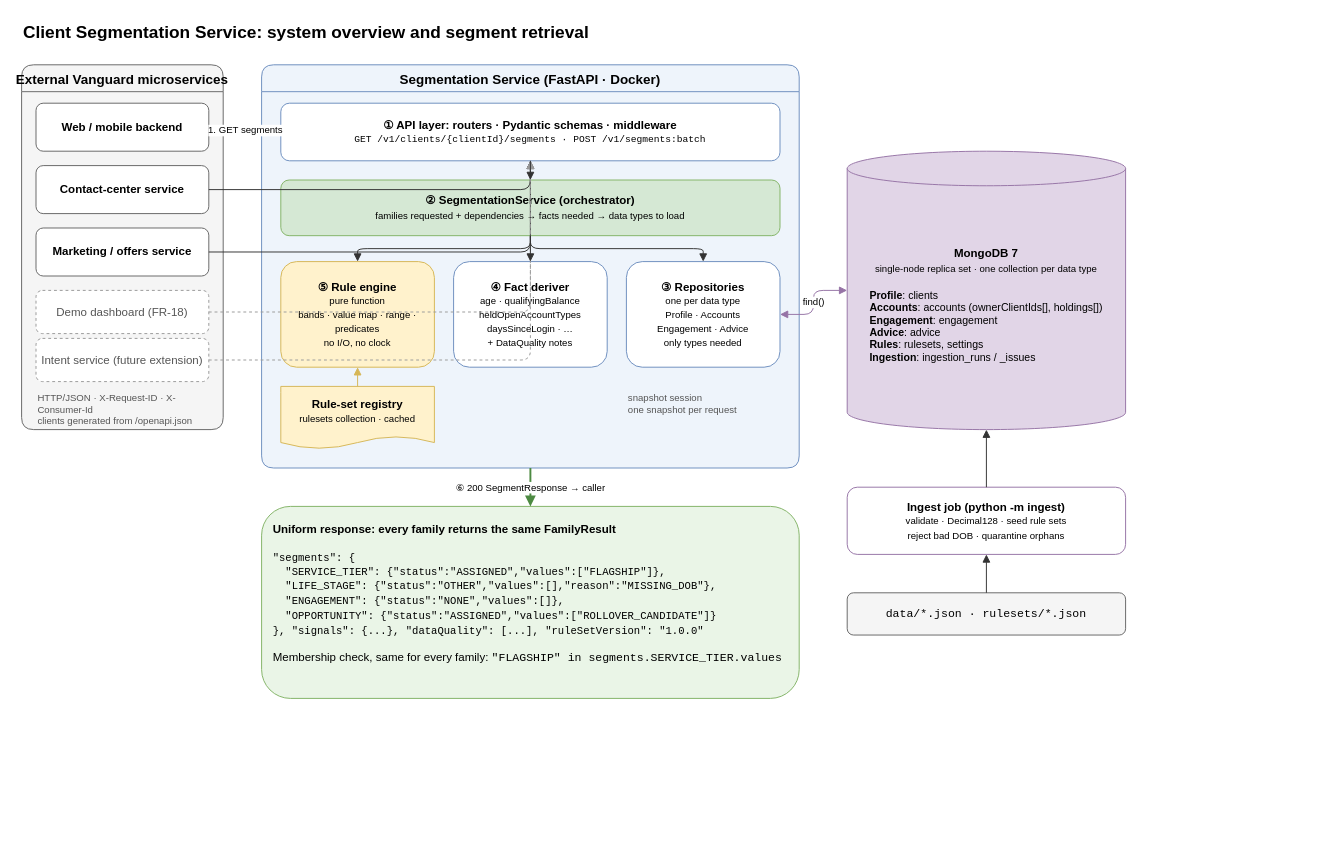
JustinGarvida/vanguard-css keeps this draw.io diagram as page "1. System and segment retrieval" (1 of 2) of docs/architecture.drawio. Above is the earlier version. Source tidied: cells renumbered, new cells numbered last; positions are measured from the earlier drawing's top-left corner, leaving out a move shared by most shapes. Both pictures are drawn from the tidied source at 96%, with x=0, y=0 at pixel (21, 16).
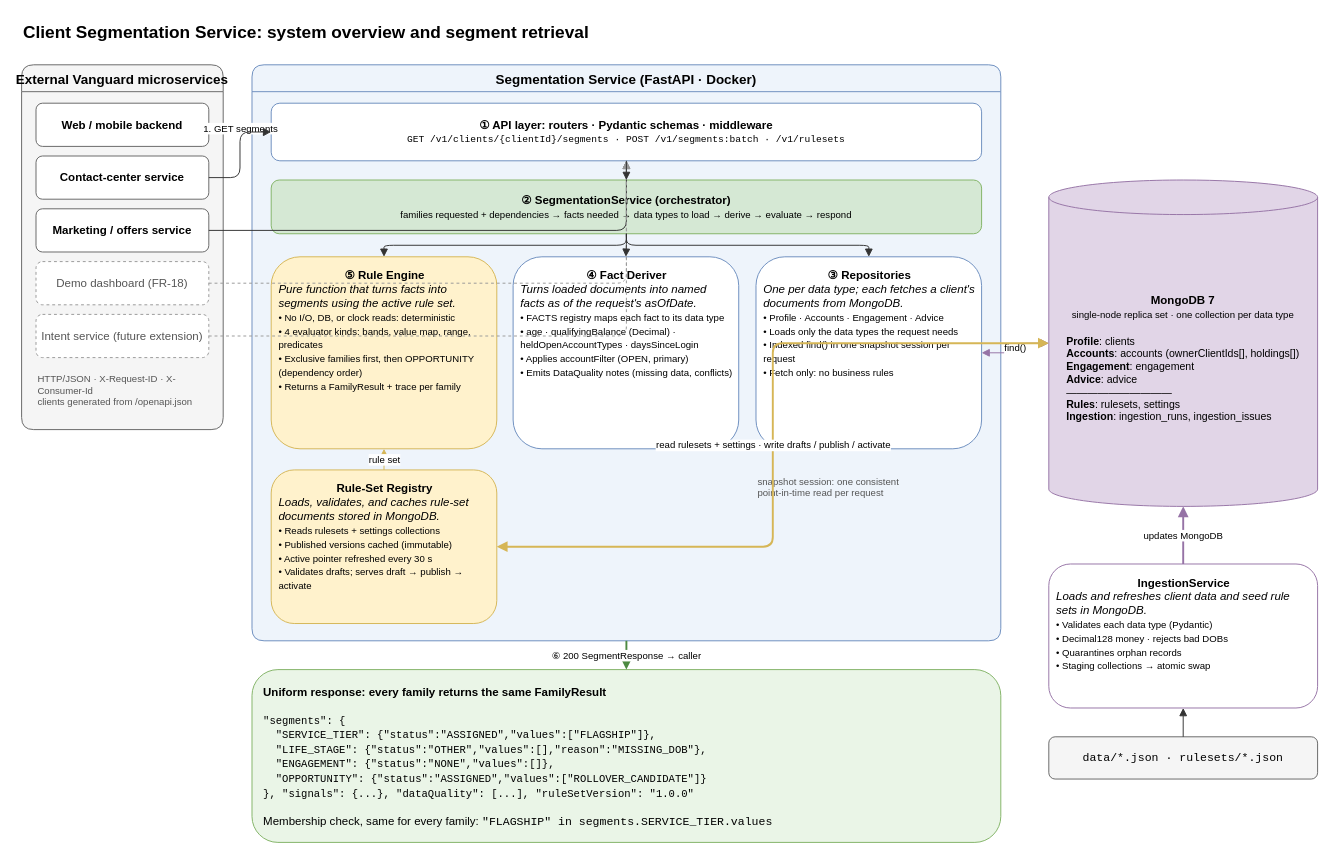
The same diagram, later.

Commit message (it also covers changes not shown here):
docs: component descriptions, rule-set registry to MongoDB, IngestionService, v2 intent diagram (#8)

The change refers to these unchanged cells:
```xml
<mxCell id="3" value="External Vanguard microservices" style="swimlane;startSize=28;rounded=1;fontStyle=1;fontSize=14;fillColor=#f5f5f5;strokeColor=#666666;swimlaneFillColor=#f5f5f5;" parent="1" vertex="1">
  <mxGeometry y="50" width="210" height="380" as="geometry" />
</mxCell>
```

What changed in the source:
```diff
@@
     <mxCell id="4" value="&lt;b&gt;Web / mobile backend&lt;/b&gt;" style="rounded=1;whiteSpace=wrap;html=1;fillColor=#ffffff;strokeColor=#666666;" parent="3" vertex="1">
-      <mxGeometry x="15" y="40" width="180" height="50" as="geometry" />
+      <mxGeometry x="15" y="40" width="180" height="45" as="geometry" />
     </mxCell>
     <mxCell id="5" value="&lt;b&gt;Contact-center service&lt;/b&gt;" style="rounded=1;whiteSpace=wrap;html=1;fillColor=#ffffff;strokeColor=#666666;" parent="3" vertex="1">
-      <mxGeometry x="15" y="105" width="180" height="50" as="geometry" />
+      <mxGeometry x="15" y="95" width="180" height="45" as="geometry" />
     </mxCell>
     <mxCell id="6" value="&lt;b&gt;Marketing / offers service&lt;/b&gt;" style="rounded=1;whiteSpace=wrap;html=1;fillColor=#ffffff;strokeColor=#666666;" parent="3" vertex="1">
-      <mxGeometry x="15" y="170" width="180" height="50" as="geometry" />
+      <mxGeometry x="15" y="150" width="180" height="45" as="geometry" />
     </mxCell>
     <mxCell id="7" value="Demo dashboard (FR-18)" style="rounded=1;whiteSpace=wrap;html=1;fillColor=#ffffff;strokeColor=#999999;dashed=1;fontColor=#555555;" parent="3" vertex="1">
-      <mxGeometry x="15" y="235" width="180" height="45" as="geometry" />
+      <mxGeometry x="15" y="205" width="180" height="45" as="geometry" />
     </mxCell>
     <mxCell id="8" value="Intent service (future extension)" style="rounded=1;whiteSpace=wrap;html=1;fillColor=#ffffff;strokeColor=#999999;dashed=1;fontColor=#555555;" parent="3" vertex="1">
-      <mxGeometry x="15" y="285" width="180" height="45" as="geometry" />
+      <mxGeometry x="15" y="260" width="180" height="45" as="geometry" />
     </mxCell>
     <mxCell id="9" value="HTTP/JSON · X-Request-ID · X-Consumer-Id&lt;br&gt;clients generated from /openapi.json" style="text;html=1;align=left;verticalAlign=top;whiteSpace=wrap;fontSize=10;fontColor=#555555;" parent="3" vertex="1">
-      <mxGeometry x="15" y="335" width="190" height="40" as="geometry" />
+      <mxGeometry x="15" y="315" width="190" height="40" as="geometry" />
     </mxCell>
     <mxCell id="10" value="Segmentation Service (FastAPI · Docker)" style="swimlane;startSize=28;rounded=1;fontStyle=1;fontSize=14;fillColor=#eef4fb;strokeColor=#6c8ebf;swimlaneFillColor=#eef4fb;" parent="1" vertex="1">
-      <mxGeometry x="250" y="50" width="560" height="420" as="geometry" />
+      <mxGeometry x="240" y="50" width="780" height="600" as="geometry" />
     </mxCell>
-    <mxCell id="11" value="&lt;b&gt;① API layer: routers · Pydantic schemas · middleware&lt;/b&gt;&lt;br&gt;&lt;font face=&quot;Courier New&quot; style=&quot;font-size:10px&quot;&gt;GET /v1/clients/{clientId}/segments · POST /v1/segments:batch&lt;/font&gt;" style="rounded=1;whiteSpace=wrap;html=1;fillColor=#ffffff;strokeColor=#6c8ebf;" parent="10" vertex="1">
-      <mxGeometry x="20" y="40" width="520" height="60" as="geometry" />
+    <mxCell id="11" value="&lt;b&gt;① API layer: routers · Pydantic schemas · middleware&lt;/b&gt;&lt;br&gt;&lt;font face=&quot;Courier New&quot; style=&quot;font-size:10px&quot;&gt;GET /v1/clients/{clientId}/segments · POST /v1/segments:batch · /v1/rulesets&lt;/font&gt;" style="rounded=1;whiteSpace=wrap;html=1;fillColor=#ffffff;strokeColor=#6c8ebf;" parent="10" vertex="1">
+      <mxGeometry x="20" y="40" width="740" height="60" as="geometry" />
     </mxCell>
-    <mxCell id="12" value="&lt;b&gt;② SegmentationService (orchestrator)&lt;/b&gt;&lt;br&gt;&lt;font style=&quot;font-size:10px&quot;&gt;families requested + dependencies → facts needed → data types to load&lt;/font&gt;" style="rounded=1;whiteSpace=wrap;html=1;fillColor=#d5e8d4;strokeColor=#82b366;" parent="10" vertex="1">
-      <mxGeometry x="20" y="120" width="520" height="58" as="geometry" />
+    <mxCell id="12" value="&lt;b&gt;② SegmentationService (orchestrator)&lt;/b&gt;&lt;br&gt;&lt;font style=&quot;font-size:10px&quot;&gt;families requested + dependencies → facts needed → data types to load → derive → evaluate → respond&lt;/font&gt;" style="rounded=1;whiteSpace=wrap;html=1;fillColor=#d5e8d4;strokeColor=#82b366;" parent="10" vertex="1">
+      <mxGeometry x="20" y="120" width="740" height="56" as="geometry" />
     </mxCell>
-    <mxCell id="13" value="&lt;b&gt;⑤ Rule engine&lt;/b&gt;&lt;br&gt;&lt;font style=&quot;font-size:10px&quot;&gt;pure function&lt;/font&gt;&lt;br&gt;&lt;font style=&quot;font-size:10px&quot;&gt;bands · value map · range · predicates&lt;/font&gt;&lt;br&gt;&lt;font style=&quot;font-size:10px&quot;&gt;no I/O, no clock&lt;/font&gt;" style="rounded=1;whiteSpace=wrap;html=1;fillColor=#fff2cc;strokeColor=#d6b656;" parent="10" vertex="1">
-      <mxGeometry x="20" y="205" width="160" height="110" as="geometry" />
+    <mxCell id="13" value="&lt;div style=&quot;text-align:left&quot;&gt;&lt;div style=&quot;text-align:center&quot;&gt;&lt;b&gt;⑤ Rule Engine&lt;/b&gt;&lt;/div&gt;&lt;i&gt;Pure function that turns facts into segments using the active rule set.&lt;/i&gt;&lt;br&gt;&lt;font style=&quot;font-size:10px&quot;&gt;• No I/O, DB, or clock reads: deterministic&lt;br&gt;• 4 evaluator kinds: bands, value map, range, predicates&lt;br&gt;• Exclusive families first, then OPPORTUNITY (dependency order)&lt;br&gt;• Returns a FamilyResult + trace per family&lt;/font&gt;&lt;/div&gt;" style="rounded=1;whiteSpace=wrap;html=1;fillColor=#fff2cc;strokeColor=#d6b656;align=left;verticalAlign=top;spacing=8;" parent="10" vertex="1">
+      <mxGeometry x="20" y="200" width="235" height="200" as="geometry" />
     </mxCell>
-    <mxCell id="14" value="&lt;b&gt;④ Fact deriver&lt;/b&gt;&lt;br&gt;&lt;font style=&quot;font-size:10px&quot;&gt;age · qualifyingBalance&lt;/font&gt;&lt;br&gt;&lt;font style=&quot;font-size:10px&quot;&gt;heldOpenAccountTypes&lt;/font&gt;&lt;br&gt;&lt;font style=&quot;font-size:10px&quot;&gt;daysSinceLogin · …&lt;/font&gt;&lt;br&gt;&lt;font style=&quot;font-size:10px&quot;&gt;+ DataQuality notes&lt;/font&gt;" style="rounded=1;whiteSpace=wrap;html=1;fillColor=#ffffff;strokeColor=#6c8ebf;" parent="10" vertex="1">
-      <mxGeometry x="200" y="205" width="160" height="110" as="geometry" />
+    <mxCell id="14" value="&lt;div style=&quot;text-align:left&quot;&gt;&lt;div style=&quot;text-align:center&quot;&gt;&lt;b&gt;④ Fact Deriver&lt;/b&gt;&lt;/div&gt;&lt;i&gt;Turns loaded documents into named facts as of the request's asOfDate.&lt;/i&gt;&lt;br&gt;&lt;font style=&quot;font-size:10px&quot;&gt;• FACTS registry maps each fact to its data type&lt;br&gt;• age · qualifyingBalance (Decimal) · heldOpenAccountTypes · daysSinceLogin&lt;br&gt;• Applies accountFilter (OPEN, primary)&lt;br&gt;• Emits DataQuality notes (missing data, conflicts)&lt;/font&gt;&lt;/div&gt;" style="rounded=1;whiteSpace=wrap;html=1;fillColor=#ffffff;strokeColor=#6c8ebf;align=left;verticalAlign=top;spacing=8;" parent="10" vertex="1">
+      <mxGeometry x="272" y="200" width="235" height="200" as="geometry" />
     </mxCell>
-    <mxCell id="15" value="&lt;b&gt;③ Repositories&lt;/b&gt;&lt;br&gt;&lt;font style=&quot;font-size:10px&quot;&gt;one per data type&lt;/font&gt;&lt;br&gt;&lt;font style=&quot;font-size:10px&quot;&gt;Profile · Accounts&lt;/font&gt;&lt;br&gt;&lt;font style=&quot;font-size:10px&quot;&gt;Engagement · Advice&lt;/font&gt;&lt;br&gt;&lt;font style=&quot;font-size:10px&quot;&gt;only types needed&lt;/font&gt;" style="rounded=1;whiteSpace=wrap;html=1;fillColor=#ffffff;strokeColor=#6c8ebf;" parent="10" vertex="1">
-      <mxGeometry x="380" y="205" width="160" height="110" as="geometry" />
+    <mxCell id="15" value="&lt;div style=&quot;text-align:left&quot;&gt;&lt;div style=&quot;text-align:center&quot;&gt;&lt;b&gt;③ Repositories&lt;/b&gt;&lt;/div&gt;&lt;i&gt;One per data type; each fetches a client's documents from MongoDB.&lt;/i&gt;&lt;br&gt;&lt;font style=&quot;font-size:10px&quot;&gt;• Profile · Accounts · Engagement · Advice&lt;br&gt;• Loads only the data types the request needs&lt;br&gt;• Indexed find() in one snapshot session per request&lt;br&gt;• Fetch only: no business rules&lt;/font&gt;&lt;/div&gt;" style="rounded=1;whiteSpace=wrap;html=1;fillColor=#ffffff;strokeColor=#6c8ebf;align=left;verticalAlign=top;spacing=8;" parent="10" vertex="1">
+      <mxGeometry x="525" y="200" width="235" height="200" as="geometry" />
     </mxCell>
-    <mxCell id="16" value="&lt;b&gt;Rule-set registry&lt;/b&gt;&lt;br&gt;&lt;font style=&quot;font-size:10px&quot;&gt;rulesets collection · cached&lt;/font&gt;" style="shape=document;whiteSpace=wrap;html=1;boundedLbl=1;size=0.2;fillColor=#fff2cc;strokeColor=#d6b656;" parent="10" vertex="1">
-      <mxGeometry x="20" y="335" width="160" height="65" as="geometry" />
-    </mxCell>
+    <mxCell id="36" value="&lt;div style=&quot;text-align:left&quot;&gt;&lt;div style=&quot;text-align:center&quot;&gt;&lt;b&gt;Rule-Set Registry&lt;/b&gt;&lt;/div&gt;&lt;i&gt;Loads, validates, and caches rule-set documents stored in MongoDB.&lt;/i&gt;&lt;br&gt;&lt;font style=&quot;font-size:10px&quot;&gt;• Reads rulesets + settings collections&lt;br&gt;• Published versions cached (immutable)&lt;br&gt;• Active pointer refreshed every 30 s&lt;br&gt;• Validates drafts; serves draft → publish → activate&lt;/font&gt;&lt;/div&gt;" style="rounded=1;whiteSpace=wrap;html=1;fillColor=#fff2cc;strokeColor=#d6b656;align=left;verticalAlign=top;spacing=8;" parent="10" vertex="1">
+      <mxGeometry x="20" y="422" width="235" height="160" as="geometry" />
+    </mxCell>
-    <mxCell id="17" value="snapshot session&lt;br&gt;one snapshot per request" style="text;html=1;align=left;verticalAlign=top;whiteSpace=wrap;fontSize=10;fontColor=#555555;" parent="10" vertex="1">
-      <mxGeometry x="380" y="335" width="160" height="40" as="geometry" />
+    <mxCell id="17" value="snapshot session: one consistent&lt;br&gt;point-in-time read per request" style="text;html=1;align=left;verticalAlign=top;whiteSpace=wrap;fontSize=10;fontColor=#555555;" parent="10" vertex="1">
+      <mxGeometry x="525" y="422" width="235" height="40" as="geometry" />
     </mxCell>
-    <mxCell id="18" value="&lt;b&gt;MongoDB 7&lt;/b&gt;&lt;br&gt;&lt;font style=&quot;font-size:10px&quot;&gt;single-node replica set · one collection per data type&lt;/font&gt;&lt;br&gt;&lt;br&gt;&lt;div style=&quot;text-align:left;font-size:11px&quot;&gt;&lt;b&gt;Profile&lt;/b&gt;: clients&lt;br&gt;&lt;b&gt;Accounts&lt;/b&gt;: accounts (ownerClientIds[], holdings[])&lt;br&gt;&lt;b&gt;Engagement&lt;/b&gt;: engagement&lt;br&gt;&lt;b&gt;Advice&lt;/b&gt;: advice&lt;br&gt;&lt;b&gt;Rules&lt;/b&gt;: rulesets, settings&lt;br&gt;&lt;b&gt;Ingestion&lt;/b&gt;: ingestion_runs / _issues&lt;/div&gt;" style="shape=cylinder3;whiteSpace=wrap;html=1;boundedLbl=1;backgroundOutline=1;size=18;fillColor=#e1d5e7;strokeColor=#9673a6;align=center;" parent="1" vertex="1">
-      <mxGeometry x="860" y="140" width="290" height="290" as="geometry" />
+    <mxCell id="18" value="&lt;b&gt;MongoDB 7&lt;/b&gt;&lt;br&gt;&lt;font style=&quot;font-size:10px&quot;&gt;single-node replica set · one collection per data type&lt;/font&gt;&lt;br&gt;&lt;br&gt;&lt;div style=&quot;text-align:left;font-size:11px&quot;&gt;&lt;b&gt;Profile&lt;/b&gt;: clients&lt;br&gt;&lt;b&gt;Accounts&lt;/b&gt;: accounts (ownerClientIds[], holdings[])&lt;br&gt;&lt;b&gt;Engagement&lt;/b&gt;: engagement&lt;br&gt;&lt;b&gt;Advice&lt;/b&gt;: advice&lt;br&gt;――――――――――&lt;br&gt;&lt;b&gt;Rules&lt;/b&gt;: rulesets, settings&lt;br&gt;&lt;b&gt;Ingestion&lt;/b&gt;: ingestion_runs, ingestion_issues&lt;/div&gt;" style="shape=cylinder3;whiteSpace=wrap;html=1;boundedLbl=1;backgroundOutline=1;size=18;fillColor=#e1d5e7;strokeColor=#9673a6;align=center;" parent="1" vertex="1">
+      <mxGeometry x="1070" y="170" width="280" height="340" as="geometry" />
     </mxCell>
-    <mxCell id="19" value="&lt;b&gt;Ingest job (python -m ingest)&lt;/b&gt;&lt;br&gt;&lt;font style=&quot;font-size:10px&quot;&gt;validate · Decimal128 · seed rule sets&lt;/font&gt;&lt;br&gt;&lt;font style=&quot;font-size:10px&quot;&gt;reject bad DOB · quarantine orphans&lt;/font&gt;" style="rounded=1;whiteSpace=wrap;html=1;fillColor=#ffffff;strokeColor=#9673a6;" parent="1" vertex="1">
-      <mxGeometry x="860" y="490" width="290" height="70" as="geometry" />
+    <mxCell id="19" value="&lt;div style=&quot;text-align:left&quot;&gt;&lt;div style=&quot;text-align:center&quot;&gt;&lt;b&gt;IngestionService&lt;/b&gt;&lt;/div&gt;&lt;i&gt;Loads and refreshes client data and seed rule sets in MongoDB.&lt;/i&gt;&lt;br&gt;&lt;font style=&quot;font-size:10px&quot;&gt;• Validates each data type (Pydantic)&lt;br&gt;• Decimal128 money · rejects bad DOBs&lt;br&gt;• Quarantines orphan records&lt;br&gt;• Staging collections → atomic swap&lt;/font&gt;&lt;/div&gt;" style="rounded=1;whiteSpace=wrap;html=1;fillColor=#ffffff;strokeColor=#9673a6;align=left;verticalAlign=top;spacing=8;" parent="1" vertex="1">
+      <mxGeometry x="1070" y="570" width="280" height="150" as="geometry" />
     </mxCell>
     <mxCell id="20" value="&lt;font face=&quot;Courier New&quot;&gt;data/*.json · rulesets/*.json&lt;/font&gt;" style="rounded=1;whiteSpace=wrap;html=1;fillColor=#f5f5f5;strokeColor=#666666;" parent="1" vertex="1">
-      <mxGeometry x="860" y="600" width="290" height="44" as="geometry" />
+      <mxGeometry x="1070" y="750" width="280" height="44" as="geometry" />
     </mxCell>
     <mxCell id="21" value="&lt;div style=&quot;text-align:left&quot;&gt;&lt;b&gt;Uniform response: every family returns the same FamilyResult&lt;/b&gt;&lt;br&gt;&lt;br&gt;&lt;font face=&quot;Courier New&quot; style=&quot;font-size:11px&quot;&gt;&quot;segments&quot;: {&lt;br&gt;&amp;nbsp;&amp;nbsp;&quot;SERVICE_TIER&quot;: {&quot;status&quot;:&quot;ASSIGNED&quot;,&quot;values&quot;:[&quot;FLAGSHIP&quot;]},&lt;br&gt;&amp;nbsp;&amp;nbsp;&quot;LIFE_STAGE&quot;: {&quot;status&quot;:&quot;OTHER&quot;,&quot;values&quot;:[],&quot;reason&quot;:&quot;MISSING_DOB&quot;},&lt;br&gt;&amp;nbsp;&amp;nbsp;&quot;ENGAGEMENT&quot;: {&quot;status&quot;:&quot;NONE&quot;,&quot;values&quot;:[]},&lt;br&gt;&amp;nbsp;&amp;nbsp;&quot;OPPORTUNITY&quot;: {&quot;status&quot;:&quot;ASSIGNED&quot;,&quot;values&quot;:[&quot;ROLLOVER_CANDIDATE&quot;]}&lt;br&gt;}, &quot;signals&quot;: {...}, &quot;dataQuality&quot;: [...], &quot;ruleSetVersion&quot;: &quot;1.0.0&quot;&lt;/font&gt;&lt;br&gt;&lt;br&gt;Membership check, same for every family: &lt;font face=&quot;Courier New&quot;&gt;&quot;FLAGSHIP&quot; in segments.SERVICE_TIER.values&lt;/font&gt;&lt;/div&gt;" style="rounded=1;whiteSpace=wrap;html=1;fillColor=#eaf5e7;strokeColor=#82b366;align=left;verticalAlign=top;spacing=12;" parent="1" vertex="1">
-      <mxGeometry x="250" y="510" width="560" height="200" as="geometry" />
+      <mxGeometry x="240" y="680" width="780" height="180" as="geometry" />
     </mxCell>
@@
-    <mxCell id="32" style="edgeStyle=orthogonalEdgeStyle;rounded=1;html=1;fontSize=10;endArrow=block;strokeColor=#333333;strokeColor=#d6b656;" parent="1" edge="1" source="16" target="13">
+    <mxCell id="32" value="rule set" style="edgeStyle=orthogonalEdgeStyle;rounded=1;html=1;fontSize=10;endArrow=block;strokeColor=#333333;strokeColor=#d6b656;" parent="1" edge="1" source="36" target="13">
       <mxGeometry relative="1" as="geometry" />
     </mxCell>
+    <mxCell id="37" value="read rulesets + settings · write drafts / publish / activate" style="edgeStyle=orthogonalEdgeStyle;rounded=1;html=1;fontSize=10;endArrow=block;strokeColor=#333333;startArrow=block;strokeColor=#d6b656;strokeWidth=2;" parent="1" edge="1" source="36" target="18">
+      <mxGeometry relative="1" as="geometry" />
+    </mxCell>
@@
-    <mxCell id="35" style="edgeStyle=orthogonalEdgeStyle;rounded=1;html=1;fontSize=10;endArrow=block;strokeColor=#333333;" parent="1" edge="1" source="19" target="18">
+    <mxCell id="35" value="updates MongoDB" style="edgeStyle=orthogonalEdgeStyle;rounded=1;html=1;fontSize=10;endArrow=block;strokeColor=#333333;strokeColor=#9673a6;strokeWidth=2;" parent="1" edge="1" source="19" target="18">
       <mxGeometry relative="1" as="geometry" />
     </mxCell>
```
